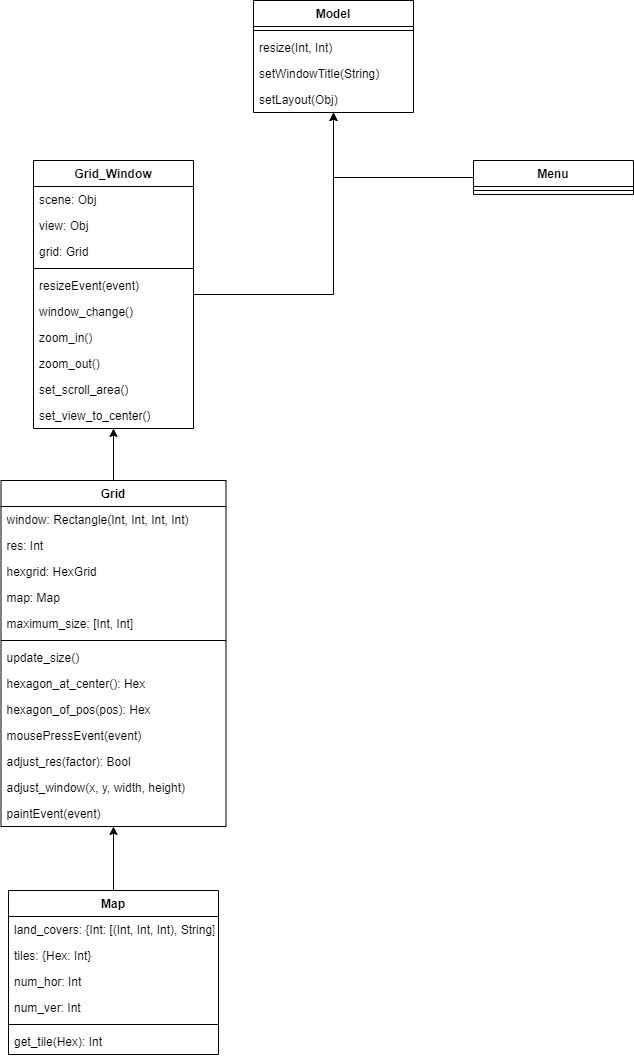
The draw.io diagram docs/datastructure.png in JorisOud/bachelor_project, before a commit. Source tidied: cells renumbered, new cells last; positions are measured from the earlier drawing's top-left corner, leaving out a move shared by most shapes.
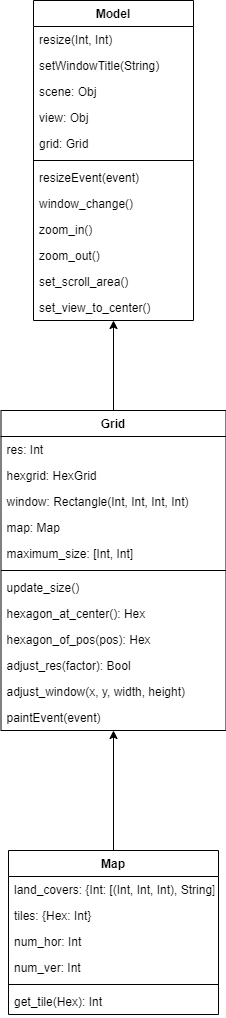
The same file after the commit.

Commit message:
Removed the old redudant Model class and replaced it with the Grid_Window class and renamed it to Model.

The edit, as a diff of the source:
```diff
@@ -2,81 +2,60 @@
   <root>
     <mxCell id="0" />
     <mxCell id="1" parent="0" />
-    <mxCell id="2" value="Model" style="swimlane;fontStyle=1;align=center;verticalAlign=top;horizontal=1;startSize=26;" parent="1" vertex="1">
-      <mxGeometry x="252" width="160" height="112" as="geometry" />
-    </mxCell>
-    <mxCell id="3" style="line;strokeWidth=1;fillColor=none;align=left;verticalAlign=middle;spacingTop=-1;spacingLeft=3;spacingRight=3;labelPosition=right;" parent="2" vertex="1">
-      <mxGeometry y="26" width="160" height="8" as="geometry" />
-    </mxCell>
+    <mxCell id="8" value="Model" style="swimlane;fontStyle=1;align=center;verticalAlign=top;horizontal=1;startSize=26;" parent="1" vertex="1">
+      <mxGeometry x="246" width="160" height="320" as="geometry" />
+    </mxCell>
-    <mxCell id="4" value="resize(Int, Int)" style="text;strokeColor=none;fillColor=none;align=left;verticalAlign=top;spacingLeft=4;spacingRight=4;overflow=hidden;" parent="2" vertex="1">
-      <mxGeometry y="34" width="160" height="26" as="geometry" />
+    <mxCell id="4" value="resize(Int, Int)" style="text;strokeColor=none;fillColor=none;align=left;verticalAlign=top;spacingLeft=4;spacingRight=4;overflow=hidden;" parent="8" vertex="1">
+      <mxGeometry y="26" width="160" height="26" as="geometry" />
     </mxCell>
-    <mxCell id="5" value="setWindowTitle(String)" style="text;strokeColor=none;fillColor=none;align=left;verticalAlign=top;spacingLeft=4;spacingRight=4;overflow=hidden;" parent="2" vertex="1">
-      <mxGeometry y="60" width="160" height="26" as="geometry" />
+    <mxCell id="5" value="setWindowTitle(String)" style="text;strokeColor=none;fillColor=none;align=left;verticalAlign=top;spacingLeft=4;spacingRight=4;overflow=hidden;" parent="8" vertex="1">
+      <mxGeometry y="52" width="160" height="26" as="geometry" />
     </mxCell>
-    <mxCell id="6" value="setLayout(Obj)" style="text;strokeColor=none;fillColor=none;align=left;verticalAlign=top;spacingLeft=4;spacingRight=4;overflow=hidden;" parent="2" vertex="1">
-      <mxGeometry y="86" width="160" height="26" as="geometry" />
-    </mxCell>
-    <mxCell id="7" style="edgeStyle=orthogonalEdgeStyle;rounded=0;jettySize=auto;html=1;" parent="1" edge="1" source="8" target="2">
-      <mxGeometry relative="1" as="geometry" />
-    </mxCell>
-    <mxCell id="8" value="Grid_Window" style="swimlane;fontStyle=1;align=center;verticalAlign=top;horizontal=1;startSize=26;" parent="1" vertex="1">
-      <mxGeometry x="32" y="160" width="160" height="268" as="geometry" />
-    </mxCell>
     <mxCell id="9" value="scene: Obj" style="text;strokeColor=none;fillColor=none;align=left;verticalAlign=top;spacingLeft=4;spacingRight=4;overflow=hidden;" parent="8" vertex="1">
-      <mxGeometry y="26" width="160" height="26" as="geometry" />
+      <mxGeometry y="78" width="160" height="26" as="geometry" />
     </mxCell>
     <mxCell id="10" value="view: Obj" style="text;strokeColor=none;fillColor=none;align=left;verticalAlign=top;spacingLeft=4;spacingRight=4;overflow=hidden;" parent="8" vertex="1">
-      <mxGeometry y="52" width="160" height="26" as="geometry" />
+      <mxGeometry y="104" width="160" height="26" as="geometry" />
     </mxCell>
     <mxCell id="11" value="grid: Grid" style="text;strokeColor=none;fillColor=none;align=left;verticalAlign=top;spacingLeft=4;spacingRight=4;overflow=hidden;" parent="8" vertex="1">
-      <mxGeometry y="78" width="160" height="26" as="geometry" />
+      <mxGeometry y="130" width="160" height="26" as="geometry" />
     </mxCell>
     <mxCell id="12" style="line;strokeWidth=1;fillColor=none;align=left;verticalAlign=middle;spacingTop=-1;spacingLeft=3;spacingRight=3;labelPosition=right;" parent="8" vertex="1">
-      <mxGeometry y="104" width="160" height="8" as="geometry" />
+      <mxGeometry y="156" width="160" height="8" as="geometry" />
     </mxCell>
     <mxCell id="13" value="resizeEvent(event)" style="text;strokeColor=none;fillColor=none;align=left;verticalAlign=top;spacingLeft=4;spacingRight=4;overflow=hidden;" parent="8" vertex="1">
-      <mxGeometry y="112" width="160" height="26" as="geometry" />
+      <mxGeometry y="164" width="160" height="26" as="geometry" />
     </mxCell>
     <mxCell id="14" value="window_change()" style="text;strokeColor=none;fillColor=none;align=left;verticalAlign=top;spacingLeft=4;spacingRight=4;overflow=hidden;" parent="8" vertex="1">
-      <mxGeometry y="138" width="160" height="26" as="geometry" />
+      <mxGeometry y="190" width="160" height="26" as="geometry" />
     </mxCell>
     <mxCell id="15" value="zoom_in()" style="text;strokeColor=none;fillColor=none;align=left;verticalAlign=top;spacingLeft=4;spacingRight=4;overflow=hidden;" parent="8" vertex="1">
-      <mxGeometry y="164" width="160" height="26" as="geometry" />
+      <mxGeometry y="216" width="160" height="26" as="geometry" />
     </mxCell>
     <mxCell id="16" value="zoom_out()" style="text;strokeColor=none;fillColor=none;align=left;verticalAlign=top;spacingLeft=4;spacingRight=4;overflow=hidden;" parent="8" vertex="1">
-      <mxGeometry y="190" width="160" height="26" as="geometry" />
+      <mxGeometry y="242" width="160" height="26" as="geometry" />
     </mxCell>
     <mxCell id="17" value="set_scroll_area()" style="text;strokeColor=none;fillColor=none;align=left;verticalAlign=top;spacingLeft=4;spacingRight=4;overflow=hidden;" parent="8" vertex="1">
-      <mxGeometry y="216" width="160" height="26" as="geometry" />
+      <mxGeometry y="268" width="160" height="26" as="geometry" />
     </mxCell>
     <mxCell id="18" value="set_view_to_center()" style="text;strokeColor=none;fillColor=none;align=left;verticalAlign=top;spacingLeft=4;spacingRight=4;overflow=hidden;" parent="8" vertex="1">
-      <mxGeometry y="242" width="160" height="26" as="geometry" />
+      <mxGeometry y="294" width="160" height="26" as="geometry" />
     </mxCell>
-    <mxCell id="19" style="edgeStyle=orthogonalEdgeStyle;rounded=0;jettySize=auto;html=1;" parent="1" edge="1" source="20" target="2">
-      <mxGeometry relative="1" as="geometry" />
-    </mxCell>
-    <mxCell id="20" value="Menu" style="swimlane;fontStyle=1;align=center;verticalAlign=top;horizontal=1;startSize=26;" parent="1" vertex="1">
-      <mxGeometry x="472" y="160" width="160" height="34" as="geometry" />
-    </mxCell>
-    <mxCell id="21" style="line;strokeWidth=1;fillColor=none;align=left;verticalAlign=middle;spacingTop=-1;spacingLeft=3;spacingRight=3;labelPosition=right;" parent="20" vertex="1">
-      <mxGeometry y="26" width="160" height="8" as="geometry" />
-    </mxCell>
     <mxCell id="22" style="edgeStyle=orthogonalEdgeStyle;rounded=0;jettySize=auto;html=1;" parent="1" edge="1" source="23" target="8">
       <mxGeometry relative="1" as="geometry" />
     </mxCell>
     <mxCell id="23" value="Grid" style="swimlane;fontStyle=1;align=center;verticalAlign=top;horizontal=1;startSize=26;" parent="1" vertex="1">
-      <mxGeometry x="-0.5" y="480" width="225" height="346" as="geometry" />
+      <mxGeometry x="213.5" y="410" width="225" height="320" as="geometry" />
     </mxCell>
-    <mxCell id="24" value="window: Rectangle(Int, Int, Int, Int)" style="text;strokeColor=none;fillColor=none;align=left;verticalAlign=top;spacingLeft=4;spacingRight=4;overflow=hidden;" parent="23" vertex="1">
-      <mxGeometry y="26" width="225" height="26" as="geometry" />
-    </mxCell>
     <mxCell id="25" value="res: Int" style="text;strokeColor=none;fillColor=none;align=left;verticalAlign=top;spacingLeft=4;spacingRight=4;overflow=hidden;" parent="23" vertex="1">
-      <mxGeometry y="52" width="225" height="26" as="geometry" />
+      <mxGeometry y="26" width="225" height="26" as="geometry" />
     </mxCell>
     <mxCell id="26" value="hexgrid: HexGrid" style="text;strokeColor=none;fillColor=none;align=left;verticalAlign=top;spacingLeft=4;spacingRight=4;overflow=hidden;" parent="23" vertex="1">
-      <mxGeometry y="78" width="225" height="26" as="geometry" />
+      <mxGeometry y="52" width="225" height="26" as="geometry" />
     </mxCell>
+    <mxCell id="24" value="window: Rectangle(Int, Int, Int, Int)" style="text;strokeColor=none;fillColor=none;align=left;verticalAlign=top;spacingLeft=4;spacingRight=4;overflow=hidden;" parent="23" vertex="1">
+      <mxGeometry y="78" width="225" height="26" as="geometry" />
+    </mxCell>
     <mxCell id="27" value="map: Map" style="text;strokeColor=none;fillColor=none;align=left;verticalAlign=top;spacingLeft=4;spacingRight=4;overflow=hidden;" parent="23" vertex="1">
       <mxGeometry y="104" width="225" height="26" as="geometry" />
     </mxCell>
@@ -95,23 +74,20 @@
     <mxCell id="32" value="hexagon_of_pos(pos): Hex" style="text;strokeColor=none;fillColor=none;align=left;verticalAlign=top;spacingLeft=4;spacingRight=4;overflow=hidden;" parent="23" vertex="1">
       <mxGeometry y="216" width="225" height="26" as="geometry" />
     </mxCell>
-    <mxCell id="33" value="mousePressEvent(event)" style="text;strokeColor=none;fillColor=none;align=left;verticalAlign=top;spacingLeft=4;spacingRight=4;overflow=hidden;" parent="23" vertex="1">
-      <mxGeometry y="242" width="225" height="26" as="geometry" />
-    </mxCell>
     <mxCell id="34" value="adjust_res(factor): Bool" style="text;strokeColor=none;fillColor=none;align=left;verticalAlign=top;spacingLeft=4;spacingRight=4;overflow=hidden;" parent="23" vertex="1">
-      <mxGeometry y="268" width="225" height="26" as="geometry" />
+      <mxGeometry y="242" width="225" height="26" as="geometry" />
     </mxCell>
     <mxCell id="35" value="adjust_window(x, y, width, height)" style="text;strokeColor=none;fillColor=none;align=left;verticalAlign=top;spacingLeft=4;spacingRight=4;overflow=hidden;" parent="23" vertex="1">
-      <mxGeometry y="294" width="225" height="26" as="geometry" />
+      <mxGeometry y="268" width="225" height="26" as="geometry" />
     </mxCell>
     <mxCell id="36" value="paintEvent(event)" style="text;strokeColor=none;fillColor=none;align=left;verticalAlign=top;spacingLeft=4;spacingRight=4;overflow=hidden;" parent="23" vertex="1">
-      <mxGeometry y="320" width="225" height="26" as="geometry" />
+      <mxGeometry y="294" width="225" height="26" as="geometry" />
     </mxCell>
     <mxCell id="37" style="edgeStyle=orthogonalEdgeStyle;rounded=0;jettySize=auto;html=1;" parent="1" edge="1" source="38" target="23">
       <mxGeometry relative="1" as="geometry" />
     </mxCell>
     <mxCell id="38" value="Map" style="swimlane;fontStyle=1;align=center;verticalAlign=top;horizontal=1;startSize=26;" parent="1" vertex="1">
-      <mxGeometry x="7" y="890" width="210" height="164" as="geometry" />
+      <mxGeometry x="221" y="850" width="210" height="164" as="geometry" />
     </mxCell>
     <mxCell id="39" value="land_covers: {Int: [(Int, Int, Int), String]}" style="text;strokeColor=none;fillColor=none;align=left;verticalAlign=top;spacingLeft=4;spacingRight=4;overflow=hidden;" parent="38" vertex="1">
       <mxGeometry y="26" width="210" height="26" as="geometry" />
```
